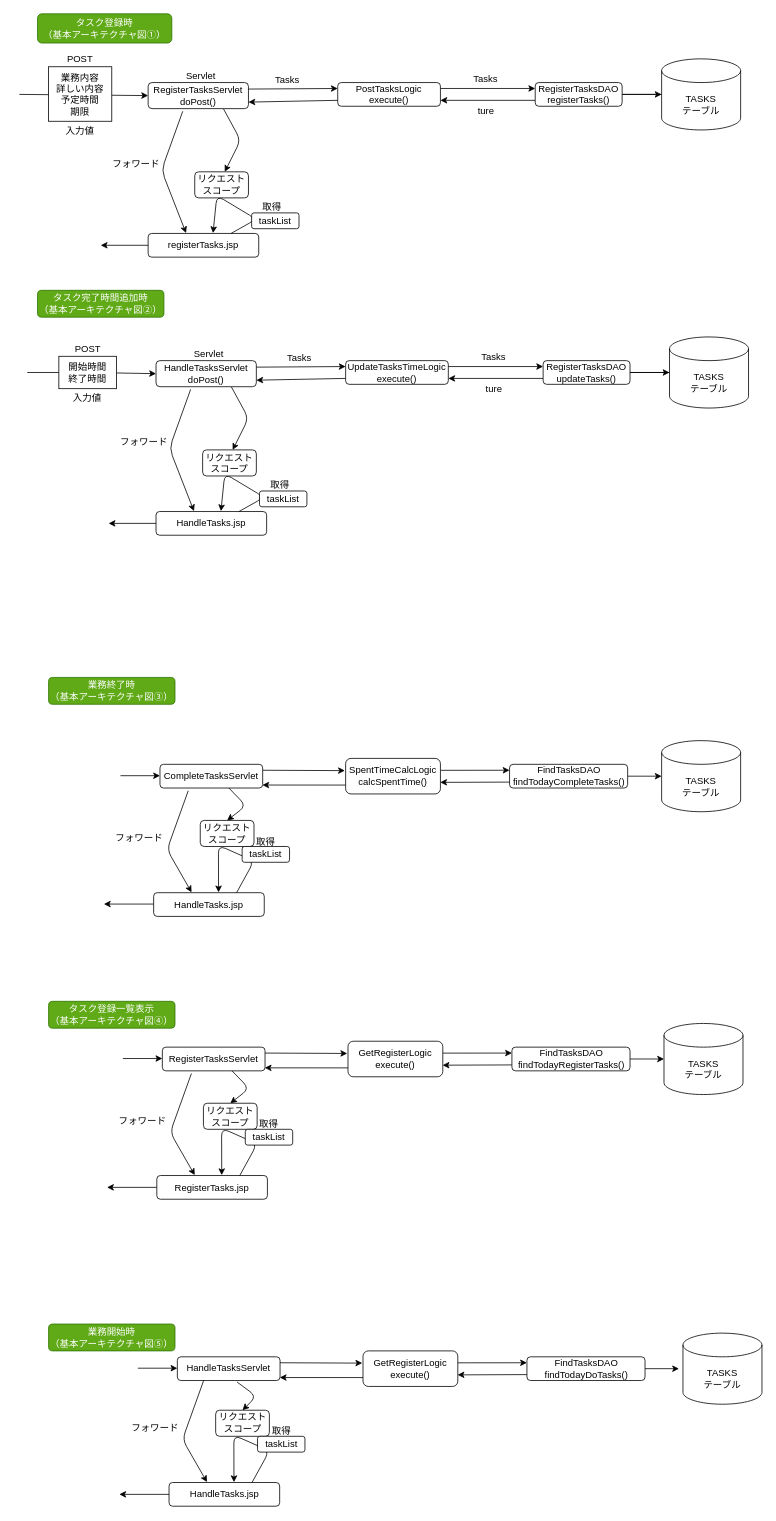
Before: page "基本アーキテクチャ図" (4 of 4) of WorkOptimizer/02.仕様書等/UML(WorkOptimizer).drawio in kanna1226/seisaku03, a draw.io diagram. Source tidied: cells renumbered, new cells numbered last; positions are measured from the earlier drawing's top-left corner, leaving out a move shared by most shapes. Both pictures are drawn from the tidied source at 79%, with x=0, y=0 at pixel (19, 13).
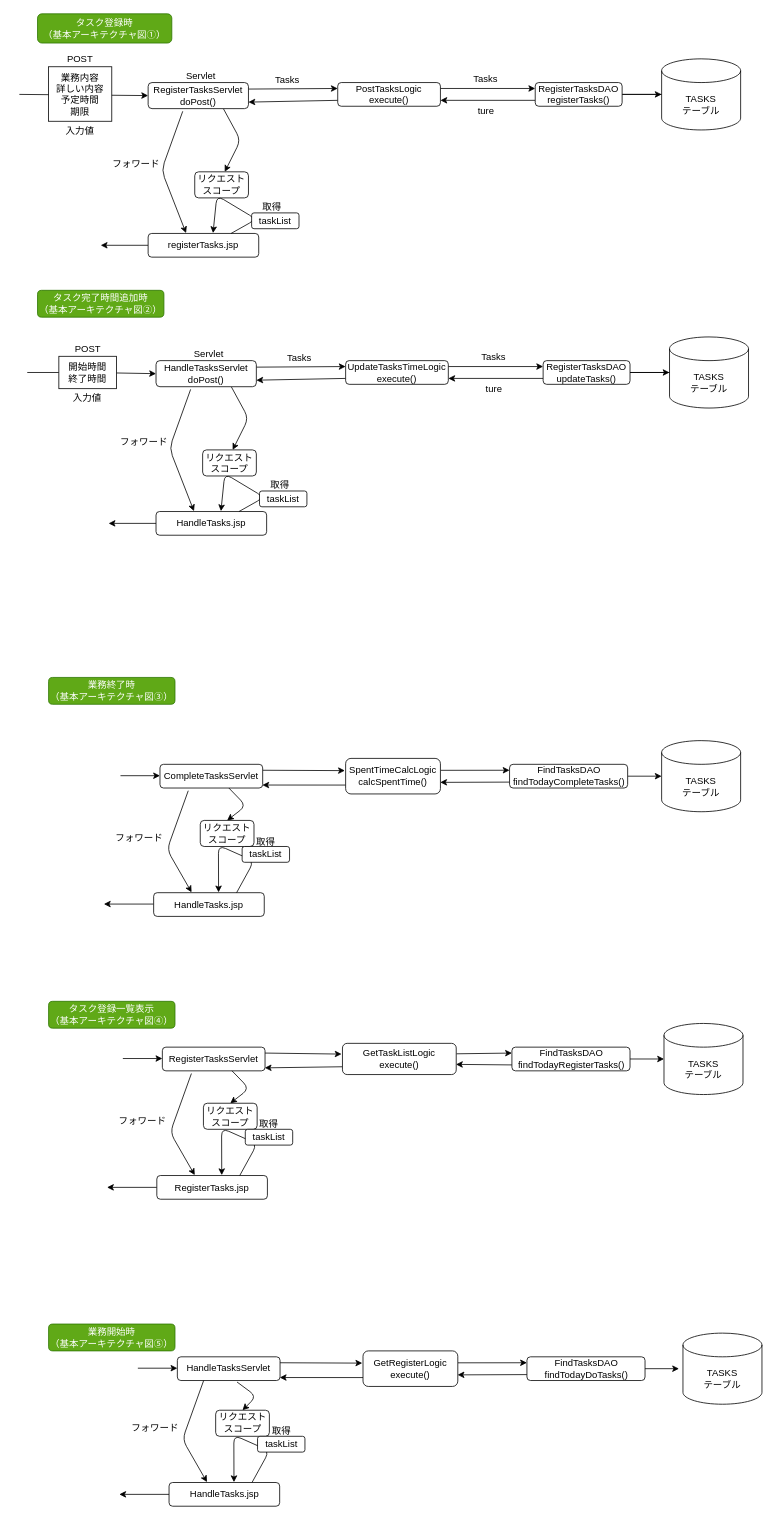
The same diagram, later.

What changed in the source:
```diff
@@
-    <mxCell id="85" value="GetRegisterLogic&lt;br&gt;execute()" style="rounded=1;whiteSpace=wrap;html=1;" parent="1" vertex="1">
-      <mxGeometry x="416" y="1300.5" width="120" height="45" as="geometry" />
+    <mxCell id="85" value="GetTaskListLogic&lt;br&gt;execute()" style="rounded=1;whiteSpace=wrap;html=1;" parent="1" vertex="1">
+      <mxGeometry x="409" y="1303.2" width="144" height="39.5" as="geometry" />
     </mxCell>
```
